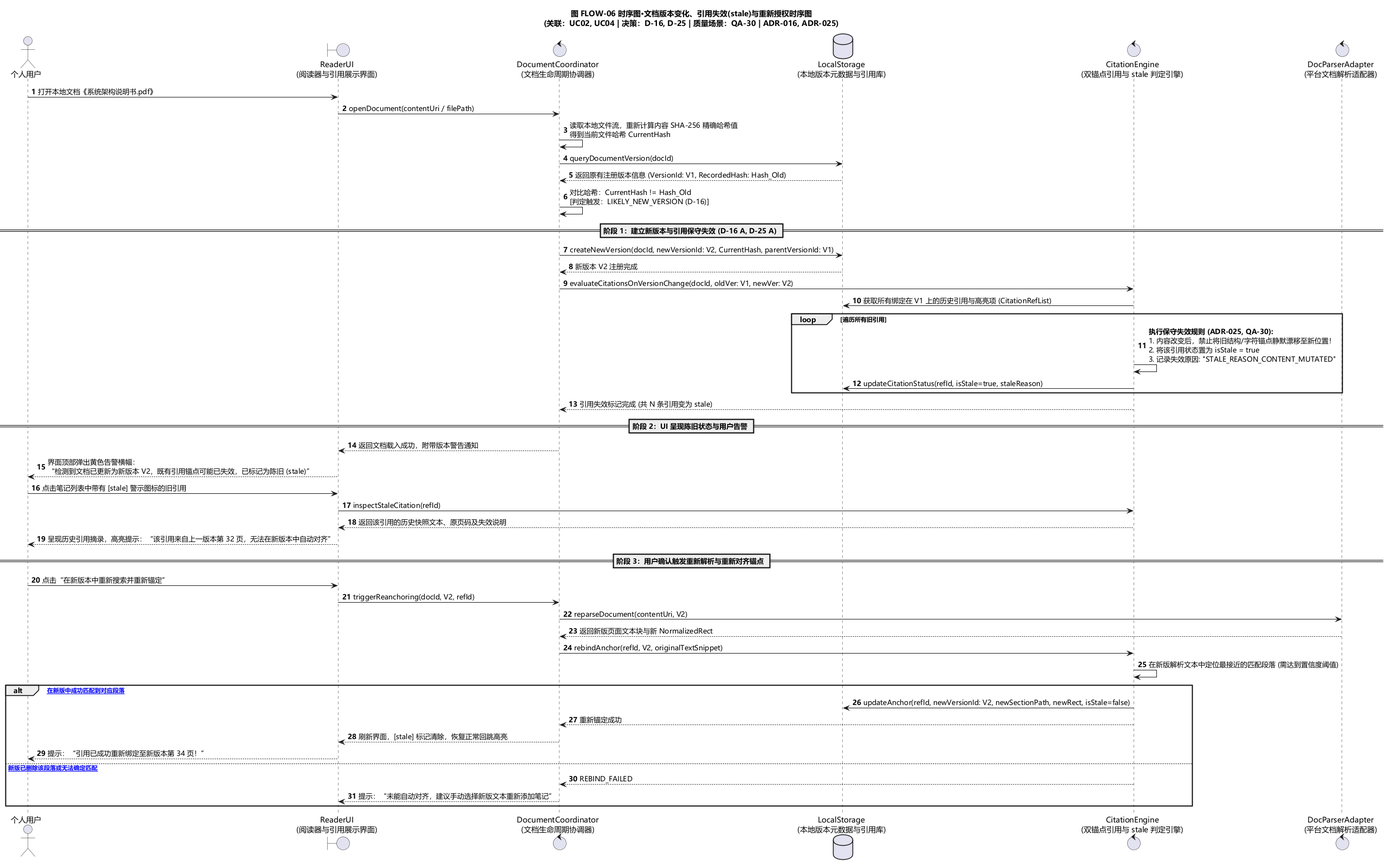
This is docs/架构设计/阶段成果-V0.4-双端需求补充/41-架构视图与图件交付包-V1.0/导出图-PNG/FLOW-06-文档版本变化引用失效stale与重新授权时序图.png from Aut-172/Intelligent-Reader, a PlantUML export, as it was before one commit. Source of this version:
```plantuml
@startuml FLOW-06-文档版本变化引用失效stale与重新授权时序图
title 图 FLOW-06 时序图·文档版本变化、引用失效(stale)与重新授权时序图\n(关联：UC02, UC04 | 决策：D-16, D-25 | 质量场景：QA-30 | ADR-016, ADR-025)
autonumber
skinparam shadowing false
skinparam defaultFontName Microsoft YaHei

actor "个人用户" as User
boundary "ReaderUI\n(阅读器与引用展示界面)" as UI
control "DocumentCoordinator\n(文档生命周期协调器)" as DocCoord
database "LocalStorage\n(本地版本元数据与引用库)" as Store
control "CitationEngine\n(双锚点引用与 stale 判定引擎)" as CitEngine
control "DocParserAdapter\n(平台文档解析适配器)" as Parser

User -> UI : 打开本地文档《系统架构说明书.pdf》
UI -> DocCoord : openDocument(contentUri / filePath)

DocCoord -> DocCoord : 读取本地文件流，重新计算内容 SHA-256 精确哈希值\n得到当前文件哈希 CurrentHash

DocCoord -> Store : queryDocumentVersion(docId)
Store --> DocCoord : 返回原有注册版本信息 (VersionId: V1, RecordedHash: Hash_Old)

DocCoord -> DocCoord : 对比哈希：CurrentHash != Hash_Old\n[判定触发：LIKELY_NEW_VERSION (D-16)]

== 阶段 1：建立新版本与引用保守失效 (D-16 A, D-25 A) ==

DocCoord -> Store : createNewVersion(docId, newVersionId: V2, CurrentHash, parentVersionId: V1)
Store --> DocCoord : 新版本 V2 注册完成

DocCoord -> CitEngine : evaluateCitationsOnVersionChange(docId, oldVer: V1, newVer: V2)
CitEngine -> Store : 获取所有绑定在 V1 上的历史引用与高亮项 (CitationRefList)

loop 遍历所有旧引用
    CitEngine -> CitEngine : **执行保守失效规则 (ADR-025, QA-30):**\n1. 内容改变后，禁止将旧结构/字符锚点静默漂移至新位置！\n2. 将该引用状态置为 isStale = true\n3. 记录失效原因: "STALE_REASON_CONTENT_MUTATED"
    CitEngine -> Store : updateCitationStatus(refId, isStale=true, staleReason)
end

CitEngine --> DocCoord : 引用失效标记完成 (共 N 条引用变为 stale)

== 阶段 2：UI 呈现陈旧状态与用户告警 ==

DocCoord --> UI : 返回文档载入成功，附带版本警告通知
UI --> User : 界面顶部弹出黄色告警横幅：\n“检测到文档已更新为新版本 V2，既有引用锚点可能已失效，已标记为陈旧 (stale)”

User -> UI : 点击笔记列表中带有 [stale] 警示图标的旧引用
UI -> CitEngine : inspectStaleCitation(refId)
CitEngine --> UI : 返回该引用的历史快照文本、原页码及失效说明
UI --> User : 呈现历史引用摘录，高亮提示：“该引用来自上一版本第 32 页，无法在新版本中自动对齐”

== 阶段 3：用户确认触发重新解析与重新对齐锚点 ==

User -> UI : 点击“在新版本中重新搜索并重新锚定”
UI -> DocCoord : triggerReanchoring(docId, V2, refId)

DocCoord -> Parser : reparseDocument(contentUri, V2)
Parser --> DocCoord : 返回新版页面文本块与新 NormalizedRect

DocCoord -> CitEngine : rebindAnchor(refId, V2, originalTextSnippet)
CitEngine -> CitEngine : 在新版解析文本中定位最接近的匹配段落 (需达到置信度阈值)
alt [在新版中成功匹配到对应段落]
    CitEngine -> Store : updateAnchor(refId, newVersionId: V2, newSectionPath, newRect, isStale=false)
    CitEngine --> DocCoord : 重新锚定成功
    DocCoord --> UI : 刷新界面，[stale] 标记清除，恢复正常回跳高亮
    UI --> User : 提示：“引用已成功重新绑定至新版本第 34 页！”
else [新版已删除该段落或无法确定匹配]
    CitEngine --> DocCoord : REBIND_FAILED
    DocCoord --> UI : 提示：“未能自动对齐，建议手动选择新版文本重新添加笔记”
end

@enduml
```
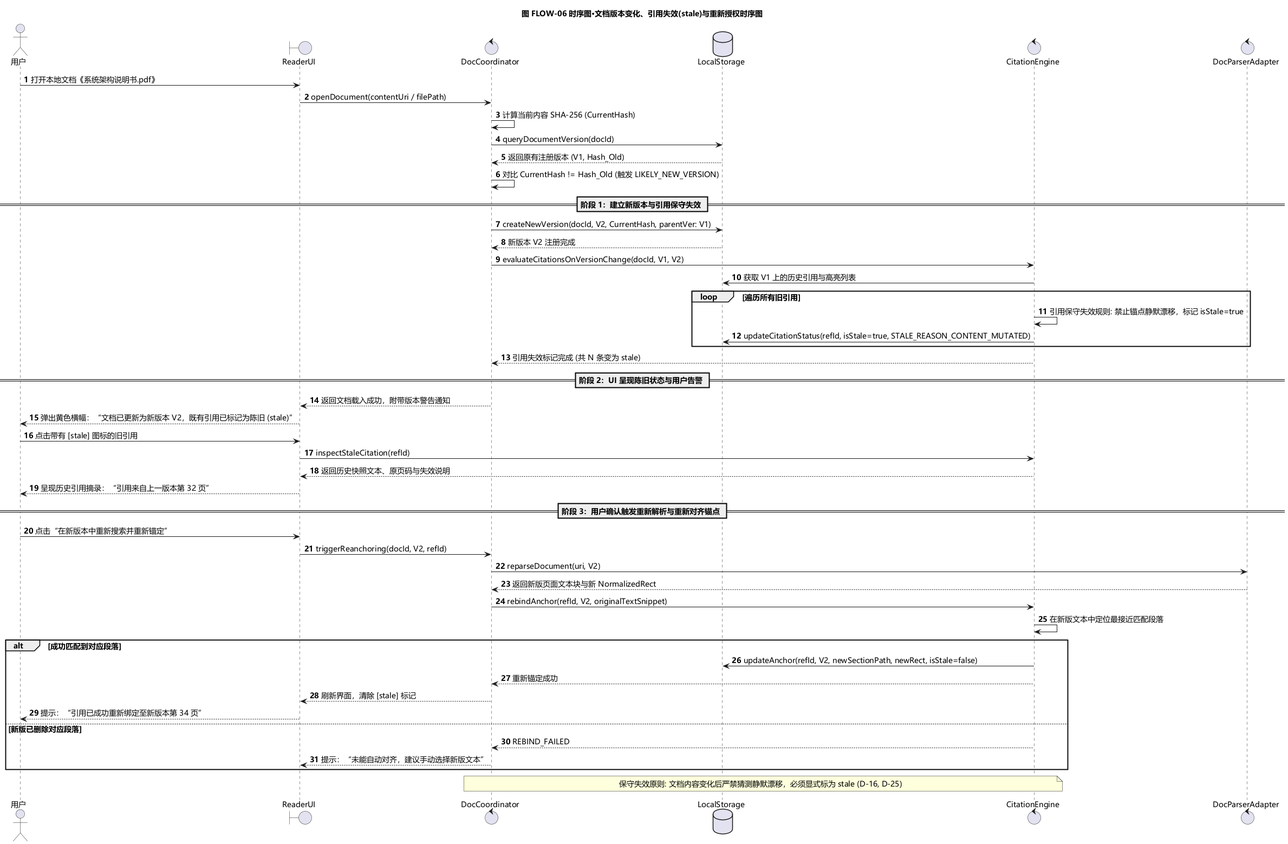
The same diagram one commit later.

The edit, as a diff of the source:
```diff
@@ -1,69 +1,73 @@
 @startuml FLOW-06-文档版本变化引用失效stale与重新授权时序图
-title 图 FLOW-06 时序图·文档版本变化、引用失效(stale)与重新授权时序图\n(关联：UC02, UC04 | 决策：D-16, D-25 | 质量场景：QA-30 | ADR-016, ADR-025)
+title 图 FLOW-06 时序图·文档版本变化、引用失效(stale)与重新授权时序图
 autonumber
 skinparam shadowing false
 skinparam defaultFontName Microsoft YaHei
+skinparam defaultFontSize 14
+skinparam ParticipantPadding 10
+skinparam BoxPadding 10
 
-actor "个人用户" as User
-boundary "ReaderUI\n(阅读器与引用展示界面)" as UI
-control "DocumentCoordinator\n(文档生命周期协调器)" as DocCoord
-database "LocalStorage\n(本地版本元数据与引用库)" as Store
-control "CitationEngine\n(双锚点引用与 stale 判定引擎)" as CitEngine
-control "DocParserAdapter\n(平台文档解析适配器)" as Parser
+actor "用户" as User
+boundary "ReaderUI" as UI
+control "DocCoordinator" as DocCoord
+database "LocalStorage" as Store
+control "CitationEngine" as CitEngine
+control "DocParserAdapter" as Parser
 
 User -> UI : 打开本地文档《系统架构说明书.pdf》
 UI -> DocCoord : openDocument(contentUri / filePath)
 
-DocCoord -> DocCoord : 读取本地文件流，重新计算内容 SHA-256 精确哈希值\n得到当前文件哈希 CurrentHash
+DocCoord -> DocCoord : 计算当前内容 SHA-256 (CurrentHash)
+DocCoord -> Store : queryDocumentVersion(docId)
+Store --> DocCoord : 返回原有注册版本 (V1, Hash_Old)
 
-DocCoord -> Store : queryDocumentVersion(docId)
-Store --> DocCoord : 返回原有注册版本信息 (VersionId: V1, RecordedHash: Hash_Old)
+DocCoord -> DocCoord : 对比 CurrentHash != Hash_Old (触发 LIKELY_NEW_VERSION)
 
-DocCoord -> DocCoord : 对比哈希：CurrentHash != Hash_Old\n[判定触发：LIKELY_NEW_VERSION (D-16)]
+== 阶段 1：建立新版本与引用保守失效 ==
 
-== 阶段 1：建立新版本与引用保守失效 (D-16 A, D-25 A) ==
-
-DocCoord -> Store : createNewVersion(docId, newVersionId: V2, CurrentHash, parentVersionId: V1)
+DocCoord -> Store : createNewVersion(docId, V2, CurrentHash, parentVer: V1)
 Store --> DocCoord : 新版本 V2 注册完成
 
-DocCoord -> CitEngine : evaluateCitationsOnVersionChange(docId, oldVer: V1, newVer: V2)
-CitEngine -> Store : 获取所有绑定在 V1 上的历史引用与高亮项 (CitationRefList)
+DocCoord -> CitEngine : evaluateCitationsOnVersionChange(docId, V1, V2)
+CitEngine -> Store : 获取 V1 上的历史引用与高亮列表
 
 loop 遍历所有旧引用
-    CitEngine -> CitEngine : **执行保守失效规则 (ADR-025, QA-30):**\n1. 内容改变后，禁止将旧结构/字符锚点静默漂移至新位置！\n2. 将该引用状态置为 isStale = true\n3. 记录失效原因: "STALE_REASON_CONTENT_MUTATED"
-    CitEngine -> Store : updateCitationStatus(refId, isStale=true, staleReason)
+    CitEngine -> CitEngine : 引用保守失效规则: 禁止锚点静默漂移，标记 isStale=true
+    CitEngine -> Store : updateCitationStatus(refId, isStale=true, STALE_REASON_CONTENT_MUTATED)
 end
 
-CitEngine --> DocCoord : 引用失效标记完成 (共 N 条引用变为 stale)
+CitEngine --> DocCoord : 引用失效标记完成 (共 N 条变为 stale)
 
 == 阶段 2：UI 呈现陈旧状态与用户告警 ==
 
 DocCoord --> UI : 返回文档载入成功，附带版本警告通知
-UI --> User : 界面顶部弹出黄色告警横幅：\n“检测到文档已更新为新版本 V2，既有引用锚点可能已失效，已标记为陈旧 (stale)”
+UI --> User : 弹出黄色横幅：“文档已更新为新版本 V2，既有引用已标记为陈旧 (stale)”
 
-User -> UI : 点击笔记列表中带有 [stale] 警示图标的旧引用
+User -> UI : 点击带有 [stale] 图标的旧引用
 UI -> CitEngine : inspectStaleCitation(refId)
-CitEngine --> UI : 返回该引用的历史快照文本、原页码及失效说明
-UI --> User : 呈现历史引用摘录，高亮提示：“该引用来自上一版本第 32 页，无法在新版本中自动对齐”
+CitEngine --> UI : 返回历史快照文本、原页码与失效说明
+UI --> User : 呈现历史引用摘录：“引用来自上一版本第 32 页”
 
 == 阶段 3：用户确认触发重新解析与重新对齐锚点 ==
 
 User -> UI : 点击“在新版本中重新搜索并重新锚定”
 UI -> DocCoord : triggerReanchoring(docId, V2, refId)
 
-DocCoord -> Parser : reparseDocument(contentUri, V2)
+DocCoord -> Parser : reparseDocument(uri, V2)
 Parser --> DocCoord : 返回新版页面文本块与新 NormalizedRect
 
 DocCoord -> CitEngine : rebindAnchor(refId, V2, originalTextSnippet)
-CitEngine -> CitEngine : 在新版解析文本中定位最接近的匹配段落 (需达到置信度阈值)
-alt [在新版中成功匹配到对应段落]
-    CitEngine -> Store : updateAnchor(refId, newVersionId: V2, newSectionPath, newRect, isStale=false)
+CitEngine -> CitEngine : 在新版文本中定位最接近匹配段落
+alt 成功匹配到对应段落
+    CitEngine -> Store : updateAnchor(refId, V2, newSectionPath, newRect, isStale=false)
     CitEngine --> DocCoord : 重新锚定成功
-    DocCoord --> UI : 刷新界面，[stale] 标记清除，恢复正常回跳高亮
-    UI --> User : 提示：“引用已成功重新绑定至新版本第 34 页！”
-else [新版已删除该段落或无法确定匹配]
+    DocCoord --> UI : 刷新界面，清除 [stale] 标记
+    UI --> User : 提示：“引用已成功重新绑定至新版本第 34 页”
+else 新版已删除对应段落
     CitEngine --> DocCoord : REBIND_FAILED
-    DocCoord --> UI : 提示：“未能自动对齐，建议手动选择新版文本重新添加笔记”
+    DocCoord --> UI : 提示：“未能自动对齐，建议手动选择新版文本”
 end
 
+note over DocCoord, CitEngine : 保守失效原则: 文档内容变化后严禁猜测静默漂移，必须显式标为 stale (D-16, D-25)
+
 @enduml
```
